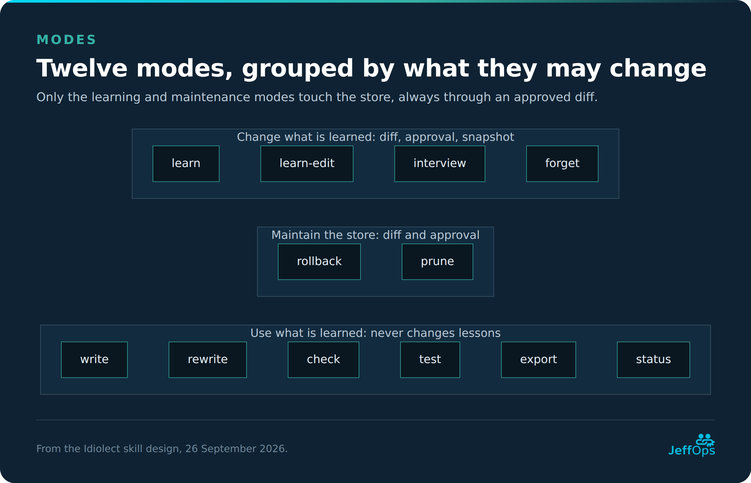
The Mermaid diagram docs/idiolect-design-images/02-modes.png in JeffWouters/Claude-Skill-Idiolect, before a commit. Its source is kept beside it as docs/idiolect-design-diagram-sources/02-modes.mmd. Its diagram source:
```mermaid
flowchart TB
    subgraph LEARN["Change what is learned: diff, approval, snapshot"]
        direction LR
        L1["learn"] ~~~ L2["learn-edit"] ~~~ L3["interview"] ~~~ L4["forget"]
    end
    subgraph KEEP["Maintain the store: diff and approval"]
        direction LR
        K1["rollback"] ~~~ K2["prune"]
    end
    subgraph USE["Use what is learned: never changes lessons"]
        direction LR
        U1["write"] ~~~ U2["rewrite"] ~~~ U3["check"] ~~~ U4["test"] ~~~ U5["export"] ~~~ U6["status"]
    end
    LEARN ~~~ KEEP ~~~ USE
```
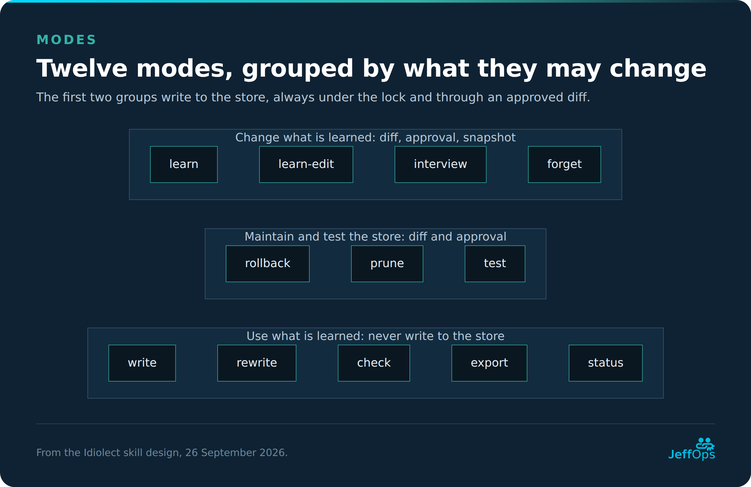
Above is the later version.

The edit, as a diff of the source:
```diff
@@ -3,12 +3,12 @@
         direction LR
         L1["learn"] ~~~ L2["learn-edit"] ~~~ L3["interview"] ~~~ L4["forget"]
     end
-    subgraph KEEP["Maintain the store: diff and approval"]
+    subgraph KEEP["Maintain and test the store: diff and approval"]
         direction LR
-        K1["rollback"] ~~~ K2["prune"]
+        K1["rollback"] ~~~ K2["prune"] ~~~ K3["test"]
     end
-    subgraph USE["Use what is learned: never changes lessons"]
+    subgraph USE["Use what is learned: never write to the store"]
         direction LR
-        U1["write"] ~~~ U2["rewrite"] ~~~ U3["check"] ~~~ U4["test"] ~~~ U5["export"] ~~~ U6["status"]
+        U1["write"] ~~~ U2["rewrite"] ~~~ U3["check"] ~~~ U5["export"] ~~~ U6["status"]
     end
     LEARN ~~~ KEEP ~~~ USE
```
